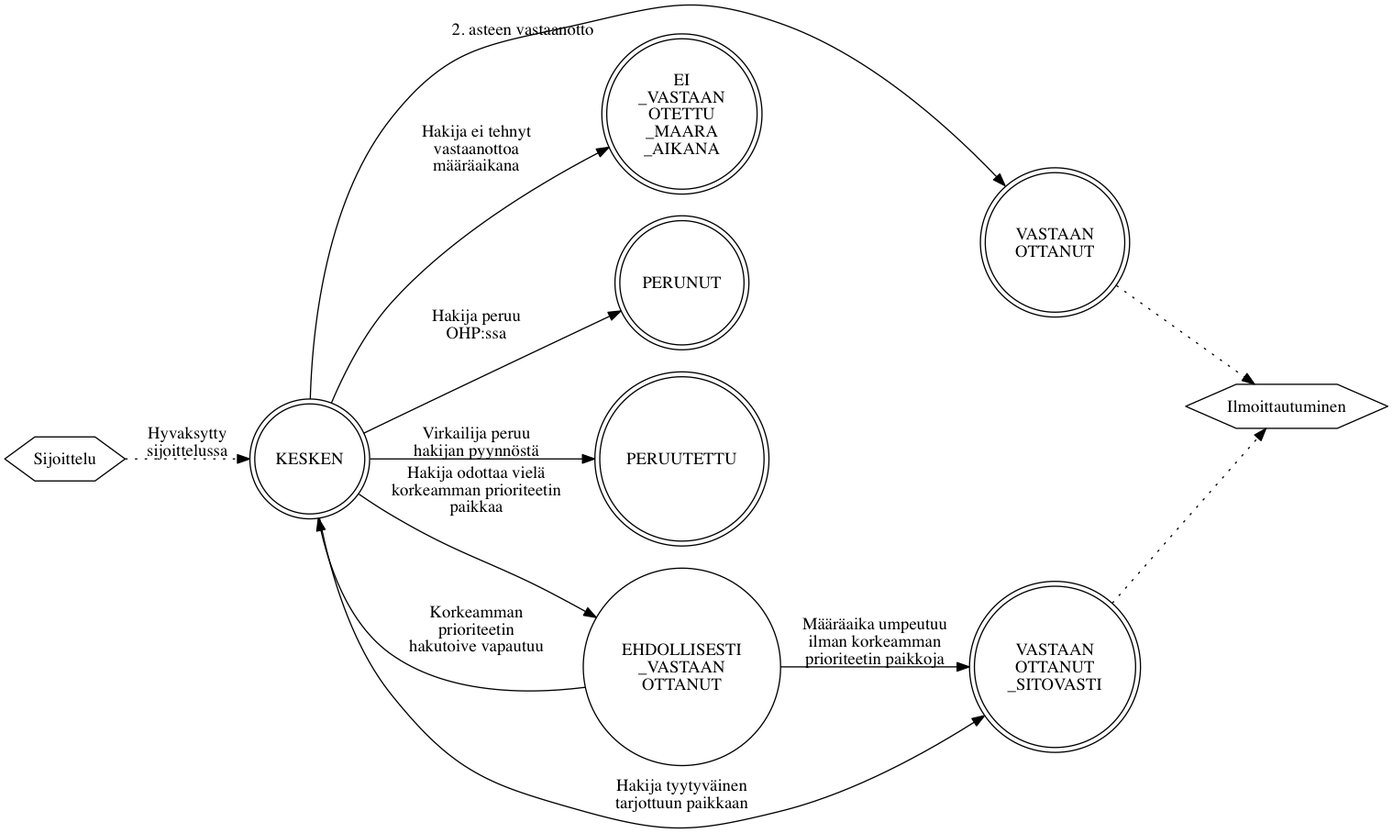
Above: img/vastaanotto.png in Opetushallitus/dokumentaatio (Graphviz), before the change. Its source is kept beside it as dot/vastaanotto.dot.
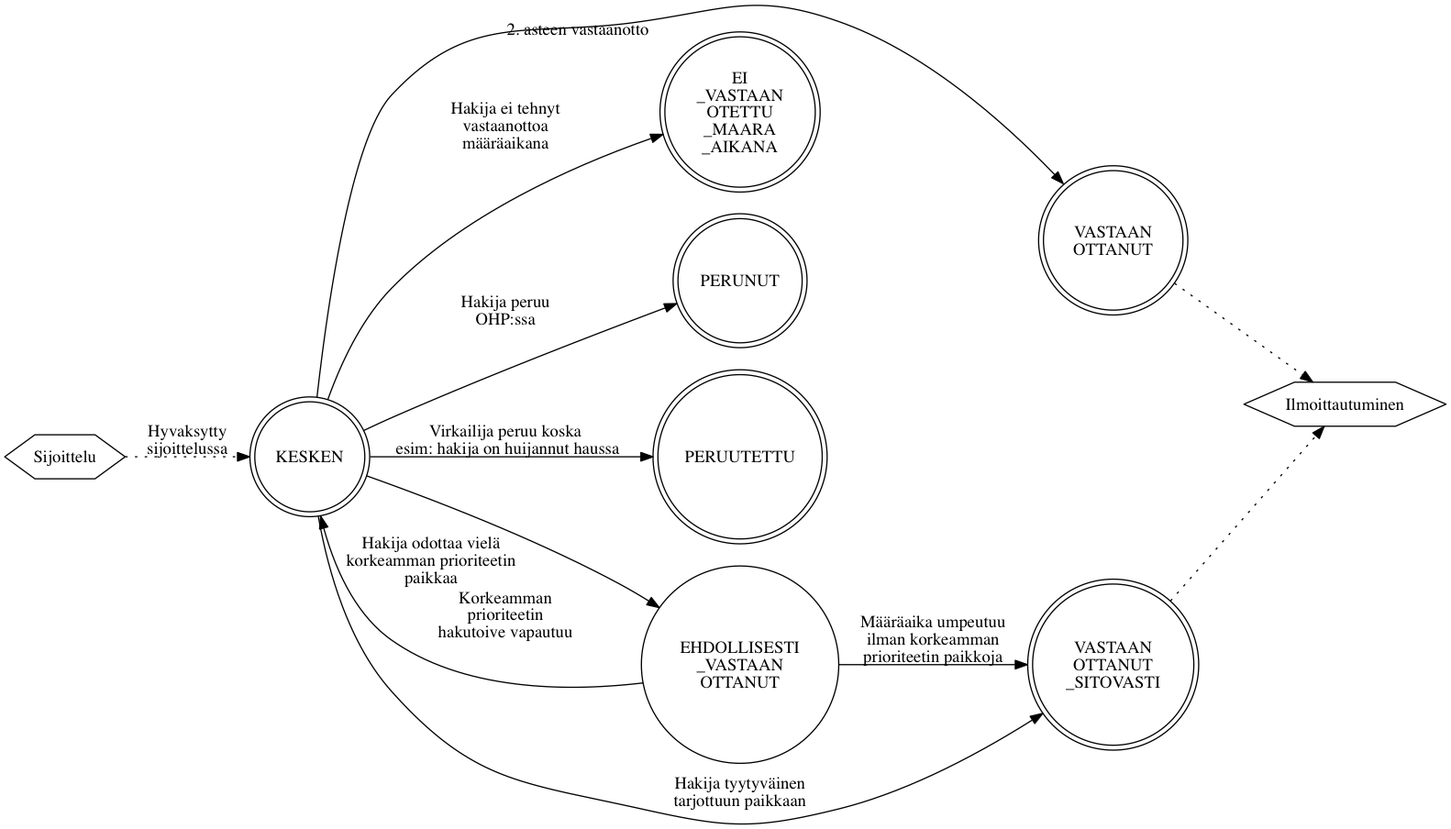
The same diagram one commit later.

The edit, as a diff of the source:
```diff
@@ -6,8 +6,8 @@
   KESKEN -> VASTAANOTTANUT [xlabel="2. asteen vastaanotto"];
   KESKEN -> EI_VASTAANOTETTU_MAARA_AIKANA [label="Hakija ei tehnyt\nvastaanottoa\nmääräaikana"];
   KESKEN -> PERUNUT [label="Hakija peruu\nOHP:ssa"];
-  KESKEN -> PERUUTETTU [label="Virkailija peruu\nhakijan pyynnöstä"];
-  KESKEN -> EHDOLLISESTI_VASTAANOTTANUT [label="Hakija odottaa vielä\nkorkeamman prioriteetin\npaikkaa"];
+  KESKEN -> PERUUTETTU [label="Virkailija peruu koska\n esim: hakija on huijannut haussa"];
+  KESKEN -> EHDOLLISESTI_VASTAANOTTANUT [xlabel="Hakija odottaa vielä\nkorkeamman prioriteetin\npaikkaa"];
   KESKEN -> VASTAANOTTANUT_SITOVASTI [label="Hakija tyytyväinen\ntarjottuun paikkaan"];
   EHDOLLISESTI_VASTAANOTTANUT -> KESKEN [label="Korkeamman\nprioriteetin\nhakutoive vapautuu"];
   EHDOLLISESTI_VASTAANOTTANUT -> VASTAANOTTANUT_SITOVASTI [label="Määräaika umpeutuu\nilman korkeamman\nprioriteetin paikkoja"];
```
